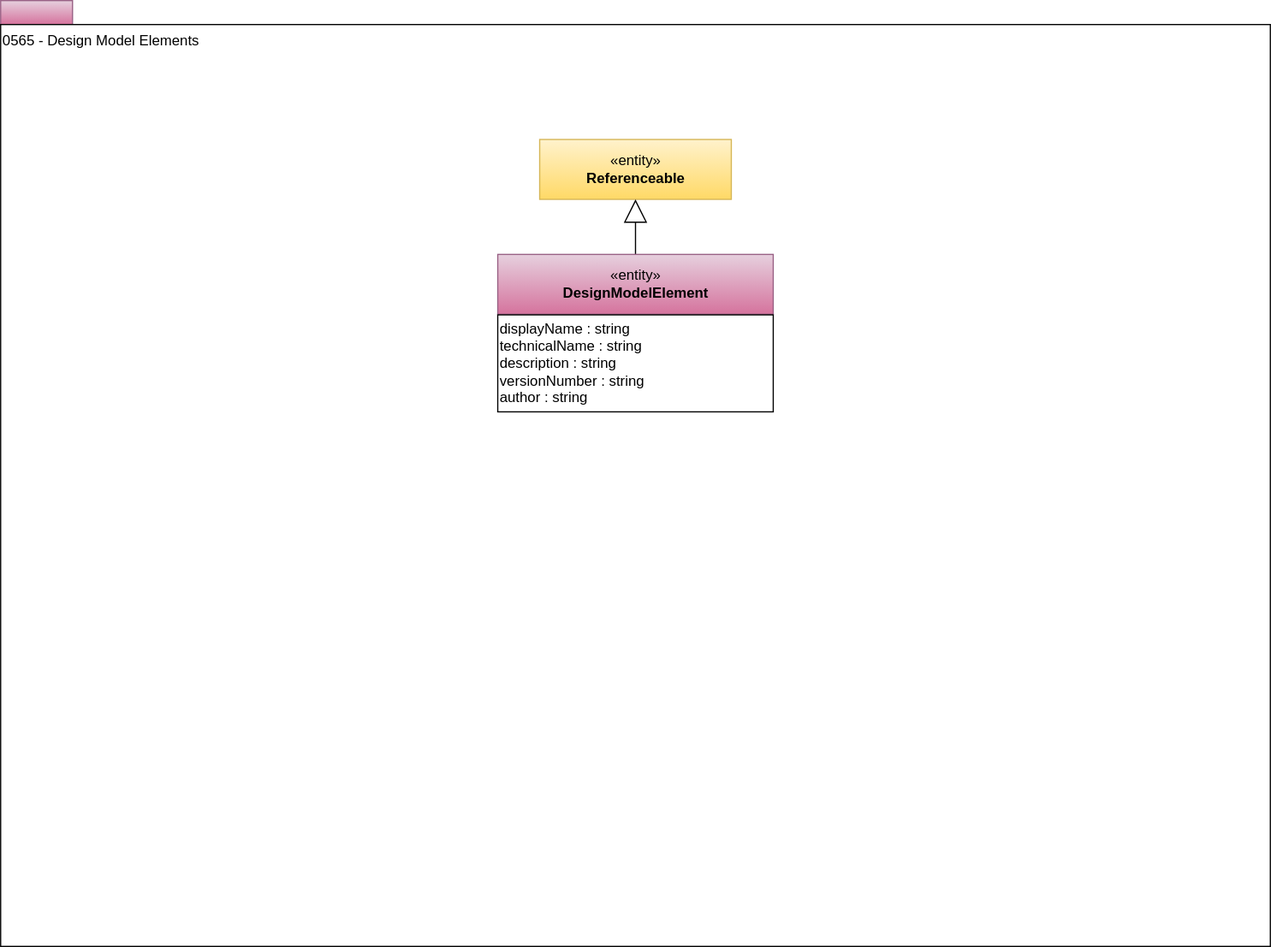
Earlier version of the draw.io export site/docs/types/5/0565-Design-Model-Elements.svg (odpi/egeria-docs). Source tidied: cells renumbered, new cells last; positions are measured from the earlier drawing's top-left corner, leaving out a move shared by most shapes. Its diagram source:
```xml
<mxGraphModel>
  <root>
    <mxCell id="0" />
    <mxCell id="1" parent="0" />
    <mxCell id="2" style="rounded=0;whiteSpace=wrap;html=1;align=left;fillColor=#e6d0de;strokeColor=#996185;gradientColor=#d5739d;" parent="1" vertex="1">
      <mxGeometry width="60" height="20" as="geometry" />
    </mxCell>
    <mxCell id="3" value="0565 - Design Model Elements" style="rounded=0;whiteSpace=wrap;html=1;align=left;verticalAlign=top;" parent="1" vertex="1">
      <mxGeometry y="20" width="1060" height="770" as="geometry" />
    </mxCell>
    <mxCell id="4" value="«entity»&lt;br&gt;&lt;b&gt;Referenceable&lt;/b&gt;" style="html=1;strokeColor=#d6b656;align=center;fillColor=#fff2cc;gradientColor=#ffd966;" parent="1" vertex="1">
      <mxGeometry x="450" y="116" width="160" height="50" as="geometry" />
    </mxCell>
    <mxCell id="5" style="edgeStyle=orthogonalEdgeStyle;rounded=0;jumpSize=15;jettySize=auto;html=1;exitX=0.5;exitY=0;exitDx=0;exitDy=0;entryX=0.5;entryY=1;entryDx=0;entryDy=0;startArrow=none;startFill=0;startSize=17;sourcePerimeterSpacing=0;endArrow=block;endFill=0;targetPerimeterSpacing=0;strokeWidth=1;fontColor=#000000;endSize=17;" parent="1" edge="1" source="6" target="4">
      <mxGeometry relative="1" as="geometry" />
    </mxCell>
    <mxCell id="6" value="«entity»&lt;br&gt;&lt;b&gt;DesignModelElement&lt;/b&gt;" style="html=1;strokeColor=#996185;align=center;fillColor=#e6d0de;gradientColor=#d5739d;" parent="1" vertex="1">
      <mxGeometry x="415" y="212" width="230" height="50" as="geometry" />
    </mxCell>
    <mxCell id="7" value="&lt;span&gt;displayName : string&lt;br&gt;technicalName : string&lt;br&gt;&lt;/span&gt;description : string&lt;br&gt;&lt;span&gt;versionNumber : string&lt;/span&gt;&lt;br&gt;&lt;span&gt;author : string&lt;/span&gt;&lt;span&gt;&lt;br&gt;&lt;/span&gt;" style="rounded=0;whiteSpace=wrap;html=1;strokeColor=#000000;gradientColor=#ffffff;align=left;" parent="1" vertex="1">
      <mxGeometry x="415" y="262.5" width="230" height="81" as="geometry" />
    </mxCell>
  </root>
</mxGraphModel>
```
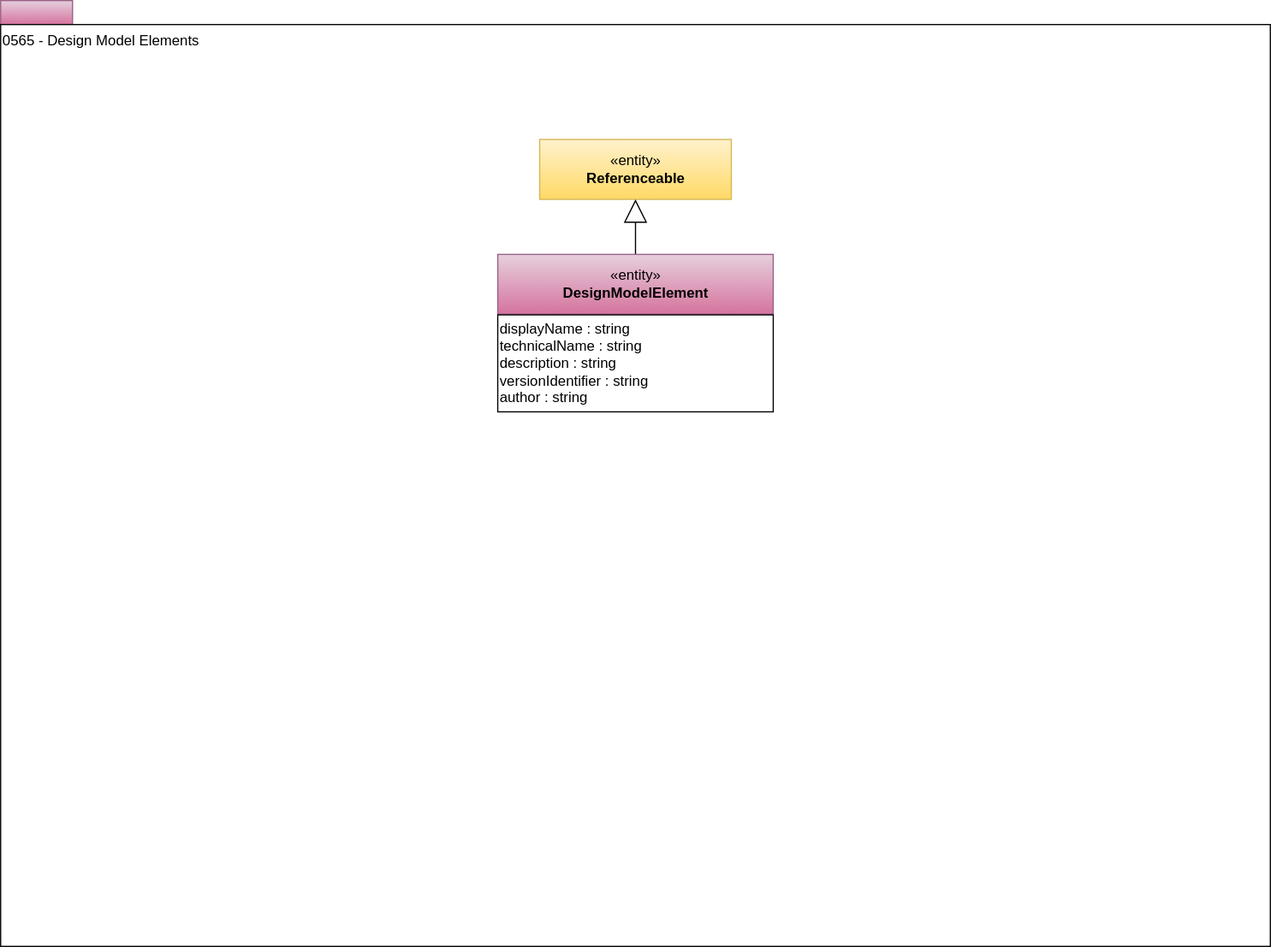
After the commit.

Diff of the diagram source:
```diff
@@ -17,7 +17,7 @@
     <mxCell id="6" value="«entity»&lt;br&gt;&lt;b&gt;DesignModelElement&lt;/b&gt;" style="html=1;strokeColor=#996185;align=center;fillColor=#e6d0de;gradientColor=#d5739d;" parent="1" vertex="1">
       <mxGeometry x="415" y="212" width="230" height="50" as="geometry" />
     </mxCell>
-    <mxCell id="7" value="&lt;span&gt;displayName : string&lt;br&gt;technicalName : string&lt;br&gt;&lt;/span&gt;description : string&lt;br&gt;&lt;span&gt;versionNumber : string&lt;/span&gt;&lt;br&gt;&lt;span&gt;author : string&lt;/span&gt;&lt;span&gt;&lt;br&gt;&lt;/span&gt;" style="rounded=0;whiteSpace=wrap;html=1;strokeColor=#000000;gradientColor=#ffffff;align=left;" parent="1" vertex="1">
+    <mxCell id="7" value="&lt;span&gt;displayName : string&lt;br&gt;technicalName : string&lt;br&gt;&lt;/span&gt;description : string&lt;br&gt;&lt;span&gt;versionIdentifier : string&lt;/span&gt;&lt;br&gt;&lt;span&gt;author : string&lt;/span&gt;&lt;span&gt;&lt;br&gt;&lt;/span&gt;" style="rounded=0;whiteSpace=wrap;html=1;strokeColor=#000000;gradientColor=#ffffff;align=left;" parent="1" vertex="1">
       <mxGeometry x="415" y="262.5" width="230" height="81" as="geometry" />
     </mxCell>
   </root>
```
